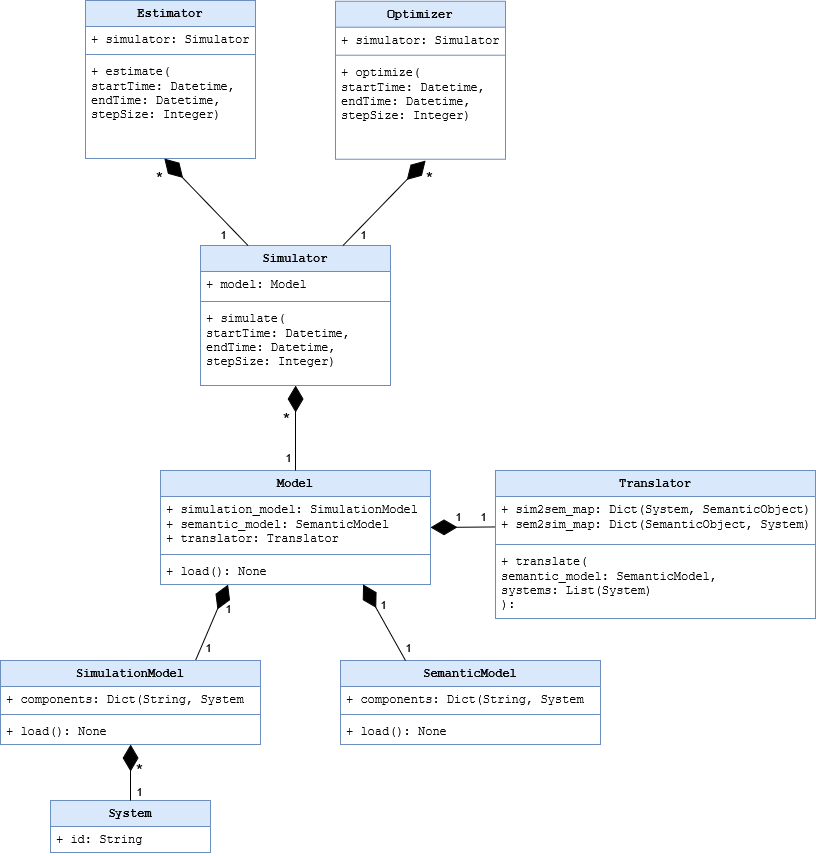
Before: Twin4Build_UML_diagram.drawio.png, a diagram exported from draw.io (JBjoernskov/Twin4Build). Source tidied: cells renumbered, new cells last; positions are measured from the earlier drawing's top-left corner, leaving out a move shared by most shapes.
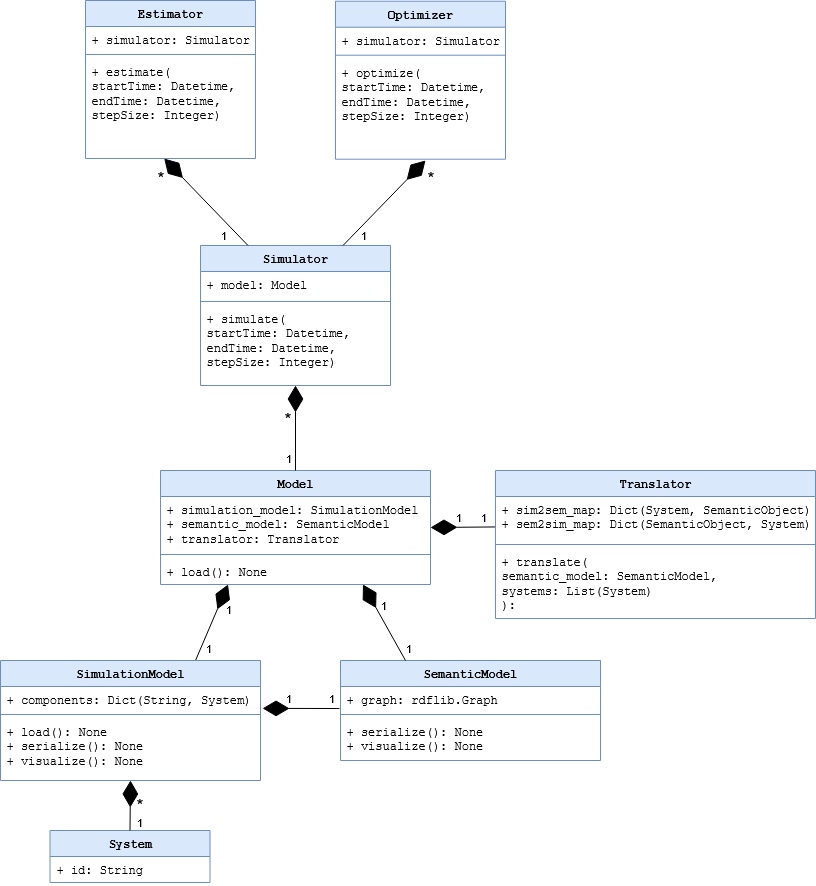
After the change.

Diff of the diagram source:
```diff
@@ -130,34 +130,34 @@
       </mxGeometry>
     </mxCell>
     <mxCell id="37" value="System" style="swimlane;fontStyle=1;align=center;verticalAlign=top;horizontal=1;startSize=26;whiteSpace=wrap;html=1;fillColor=#dae8fc;strokeColor=#6c8ebf;fontFamily=Courier New;" parent="1" vertex="1">
-      <mxGeometry x="50" y="800" width="160" height="52" as="geometry" />
+      <mxGeometry x="49.5" y="830" width="160" height="52" as="geometry" />
     </mxCell>
     <mxCell id="38" value="+ id: String" style="text;strokeColor=none;fillColor=none;align=left;verticalAlign=top;spacingLeft=4;spacingRight=4;overflow=hidden;whiteSpace=wrap;html=1;fontFamily=Courier New;" parent="37" vertex="1">
       <mxGeometry y="26" width="160" height="26" as="geometry" />
     </mxCell>
     <mxCell id="39" value="SemanticModel" style="swimlane;fontStyle=1;align=center;verticalAlign=top;horizontal=1;startSize=26;whiteSpace=wrap;html=1;fillColor=#dae8fc;strokeColor=#6c8ebf;fontFamily=Courier New;" parent="1" vertex="1">
-      <mxGeometry x="340" y="660" width="260" height="84" as="geometry" />
+      <mxGeometry x="340" y="660" width="260" height="100" as="geometry" />
     </mxCell>
-    <mxCell id="40" value="&lt;div&gt;&lt;font&gt;+ components: Dict(&lt;/font&gt;String&lt;font&gt;, System&lt;/font&gt;&lt;/div&gt;" style="text;strokeColor=none;fillColor=none;align=left;verticalAlign=top;spacingLeft=4;spacingRight=4;overflow=hidden;whiteSpace=wrap;html=1;fontFamily=Courier New;" parent="39" vertex="1">
+    <mxCell id="40" value="&lt;div&gt;&lt;font&gt;+ graph: rdflib.Graph&lt;/font&gt;&lt;/div&gt;" style="text;strokeColor=none;fillColor=none;align=left;verticalAlign=top;spacingLeft=4;spacingRight=4;overflow=hidden;whiteSpace=wrap;html=1;fontFamily=Courier New;" parent="39" vertex="1">
       <mxGeometry y="26" width="260" height="24" as="geometry" />
     </mxCell>
     <mxCell id="41" style="line;strokeWidth=1;fillColor=none;align=left;verticalAlign=middle;spacingTop=-1;spacingLeft=3;spacingRight=3;labelPosition=right;strokeColor=inherit;fontFamily=Courier New;" parent="39" vertex="1">
       <mxGeometry y="50" width="260" height="8" as="geometry" />
     </mxCell>
-    <mxCell id="42" value="+ load(): None " style="text;strokeColor=none;fillColor=none;align=left;verticalAlign=top;spacingLeft=4;spacingRight=4;overflow=hidden;whiteSpace=wrap;html=1;fontFamily=Courier New;" parent="39" vertex="1">
-      <mxGeometry y="58" width="260" height="26" as="geometry" />
+    <mxCell id="42" value="&lt;div&gt;+ serialize(): None&lt;/div&gt;&lt;div&gt;+ visualize(): None&lt;/div&gt;" style="text;strokeColor=none;fillColor=none;align=left;verticalAlign=top;spacingLeft=4;spacingRight=4;overflow=hidden;whiteSpace=wrap;html=1;fontFamily=Courier New;" parent="39" vertex="1">
+      <mxGeometry y="58" width="260" height="42" as="geometry" />
     </mxCell>
     <mxCell id="43" value="SimulationModel" style="swimlane;fontStyle=1;align=center;verticalAlign=top;horizontal=1;startSize=26;whiteSpace=wrap;html=1;fillColor=#dae8fc;strokeColor=#6c8ebf;fontFamily=Courier New;" parent="1" vertex="1">
-      <mxGeometry y="660" width="260" height="84" as="geometry" />
+      <mxGeometry y="660" width="260" height="120" as="geometry" />
     </mxCell>
-    <mxCell id="44" value="&lt;div&gt;&lt;font&gt;+ components: Dict(&lt;/font&gt;String&lt;font&gt;, System&lt;/font&gt;&lt;/div&gt;&lt;div&gt;&lt;br&gt;&lt;/div&gt;" style="text;strokeColor=none;fillColor=none;align=left;verticalAlign=top;spacingLeft=4;spacingRight=4;overflow=hidden;points=[[0,0.5],[1,0.5]];portConstraint=eastwest;whiteSpace=wrap;html=1;fontFamily=Courier New;" parent="43" vertex="1">
+    <mxCell id="44" value="&lt;div&gt;&lt;font&gt;+ components: Dict(&lt;/font&gt;String&lt;font&gt;, System)&lt;/font&gt;&lt;/div&gt;&lt;div&gt;&lt;br&gt;&lt;/div&gt;" style="text;strokeColor=none;fillColor=none;align=left;verticalAlign=top;spacingLeft=4;spacingRight=4;overflow=hidden;points=[[0,0.5],[1,0.5]];portConstraint=eastwest;whiteSpace=wrap;html=1;fontFamily=Courier New;" parent="43" vertex="1">
       <mxGeometry y="26" width="260" height="24" as="geometry" />
     </mxCell>
     <mxCell id="45" style="line;strokeWidth=1;fillColor=none;align=left;verticalAlign=middle;spacingTop=-1;spacingLeft=3;spacingRight=3;labelPosition=right;strokeColor=inherit;fontFamily=Courier New;" parent="43" vertex="1">
       <mxGeometry y="50" width="260" height="8" as="geometry" />
     </mxCell>
-    <mxCell id="46" value="+ load(): None " style="text;strokeColor=none;fillColor=none;align=left;verticalAlign=top;spacingLeft=4;spacingRight=4;overflow=hidden;whiteSpace=wrap;html=1;fontFamily=Courier New;" parent="43" vertex="1">
-      <mxGeometry y="58" width="260" height="26" as="geometry" />
+    <mxCell id="46" value="&lt;div&gt;+ load(): None&lt;/div&gt;&lt;div&gt;+ serialize(): None&lt;/div&gt;&lt;div&gt;+ visualize(): None&lt;/div&gt;&lt;div&gt;&lt;br&gt;&lt;/div&gt;" style="text;strokeColor=none;fillColor=none;align=left;verticalAlign=top;spacingLeft=4;spacingRight=4;overflow=hidden;whiteSpace=wrap;html=1;fontFamily=Courier New;" parent="43" vertex="1">
+      <mxGeometry y="58" width="260" height="62" as="geometry" />
     </mxCell>
     <mxCell id="47" style="endArrow=diamondThin;endFill=1;endSize=24;html=1;rounded=0;exitX=0.5;exitY=0;exitDx=0;exitDy=0;entryX=0.5;entryY=1;entryDx=0;entryDy=0;fontFamily=Courier New;" parent="1" edge="1" source="37" target="43">
       <mxGeometry relative="1" as="geometry" />
@@ -176,14 +176,29 @@
       </mxGeometry>
     </mxCell>
     <mxCell id="51" value="1" style="edgeLabel;html=1;align=center;verticalAlign=middle;labelBackgroundColor=none;" parent="1" vertex="1">
-      <mxGeometry x="291" y="804" as="geometry">
+      <mxGeometry x="290.5" y="834" as="geometry">
         <mxPoint x="-152" y="-13" as="offset" />
       </mxGeometry>
     </mxCell>
     <mxCell id="52" value="&lt;font style=&quot;font-size: 18px;&quot;&gt;*&lt;/font&gt;" style="edgeLabel;html=1;align=center;verticalAlign=middle;labelBackgroundColor=none;" parent="1" vertex="1">
-      <mxGeometry x="275" y="680" as="geometry">
+      <mxGeometry x="274.5" y="714" as="geometry">
         <mxPoint x="-136" y="90" as="offset" />
       </mxGeometry>
     </mxCell>
+    <mxCell id="53" style="endArrow=diamondThin;endFill=1;endSize=24;html=1;rounded=0;entryX=1.008;entryY=0.912;entryDx=0;entryDy=0;fontFamily=Courier New;entryPerimeter=0;" parent="1" edge="1" target="44">
+      <mxGeometry relative="1" as="geometry">
+        <mxPoint x="339" y="708" as="sourcePoint" />
+      </mxGeometry>
+    </mxCell>
+    <mxCell id="54" value="1" style="edgeLabel;html=1;align=center;verticalAlign=middle;labelBackgroundColor=none;" parent="1" vertex="1">
+      <mxGeometry x="439" y="710" as="geometry">
+        <mxPoint x="-152" y="-13" as="offset" />
+      </mxGeometry>
+    </mxCell>
+    <mxCell id="55" value="1" style="edgeLabel;html=1;align=center;verticalAlign=middle;labelBackgroundColor=none;" parent="1" vertex="1">
+      <mxGeometry x="482" y="710" as="geometry">
+        <mxPoint x="-152" y="-13" as="offset" />
+      </mxGeometry>
+    </mxCell>
   </root>
 </mxGraphModel>
```
